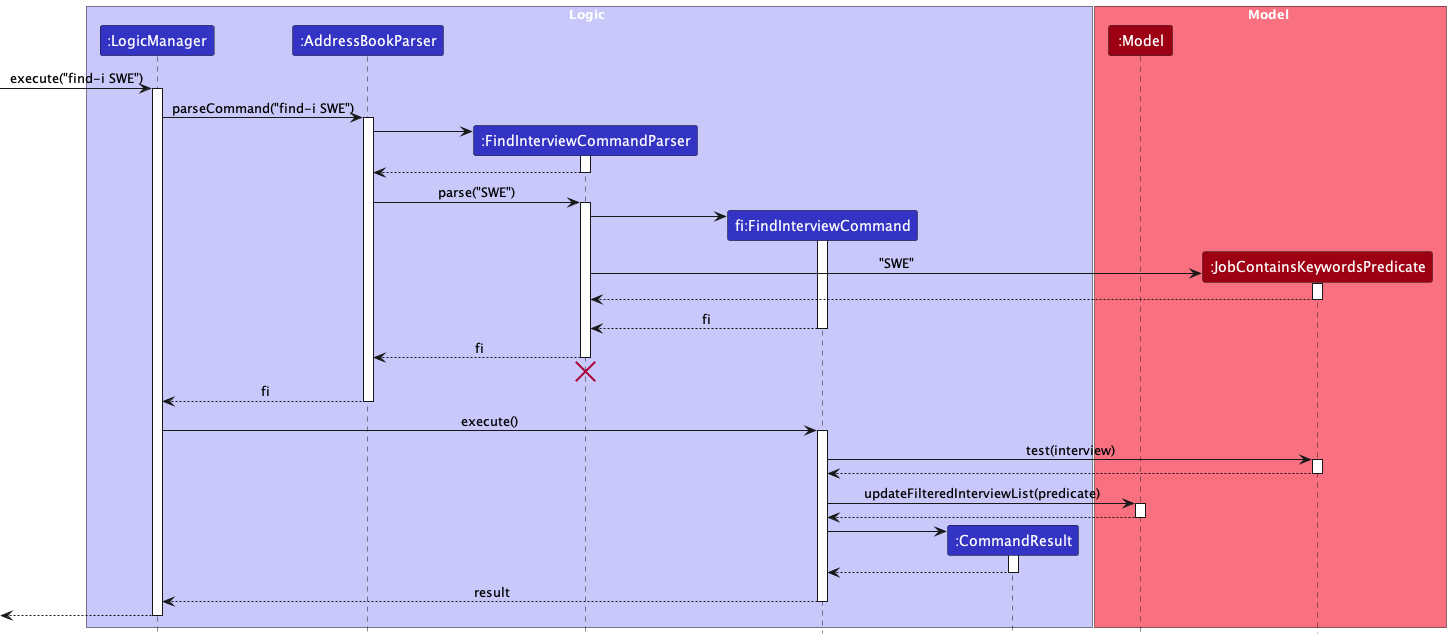
Above: docs/images/FindInterviewSequenceDiagram.png in nus-cs2103-AY2324S1/tp (PlantUML), before the change.
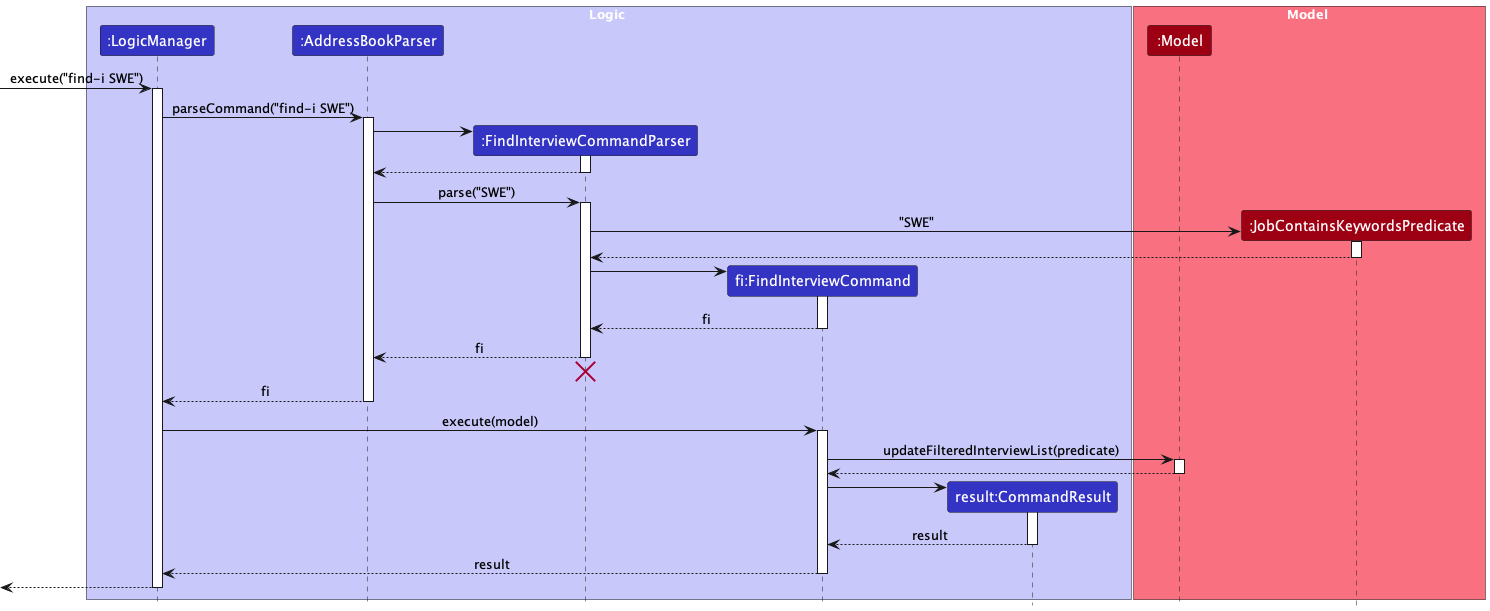
The same diagram one commit later.

The edit, as a diff of the source:
```diff
@@ -7,7 +7,7 @@
 participant ":AddressBookParser" as AddressBookParser LOGIC_COLOR
 participant ":FindInterviewCommandParser" as FindInterviewCommandParser LOGIC_COLOR
 participant "fi:FindInterviewCommand" as FindInterviewCommand LOGIC_COLOR
-participant ":CommandResult" as CommandResult LOGIC_COLOR
+participant "result:CommandResult" as CommandResult LOGIC_COLOR
 end box
 
 box Model MODEL_COLOR_T1
@@ -31,16 +31,16 @@
 AddressBookParser -> FindInterviewCommandParser : parse("SWE")
 activate FindInterviewCommandParser
 
-create FindInterviewCommand
-FindInterviewCommandParser -> FindInterviewCommand
-activate FindInterviewCommand
-
 create JobPredicate
 FindInterviewCommandParser -> JobPredicate : "SWE"
 activate JobPredicate
 
 JobPredicate --> FindInterviewCommandParser
 deactivate JobPredicate
+
+create FindInterviewCommand
+FindInterviewCommandParser -> FindInterviewCommand
+activate FindInterviewCommand
 
 FindInterviewCommand --> FindInterviewCommandParser : fi
 deactivate FindInterviewCommand
@@ -53,14 +53,8 @@
 AddressBookParser --> LogicManager : fi
 deactivate AddressBookParser
 
-LogicManager -> FindInterviewCommand : execute()
+LogicManager -> FindInterviewCommand : execute(model)
 activate FindInterviewCommand
-
-FindInterviewCommand -> JobPredicate : test(interview)
-activate JobPredicate
-
-JobPredicate --> FindInterviewCommand
-deactivate JobPredicate
 
 FindInterviewCommand -> Model : updateFilteredInterviewList(predicate)
 activate Model
@@ -72,7 +66,7 @@
 FindInterviewCommand -> CommandResult
 activate CommandResult
 
-CommandResult --> FindInterviewCommand
+CommandResult --> FindInterviewCommand : result
 deactivate CommandResult
 
 FindInterviewCommand --> LogicManager : result
```
